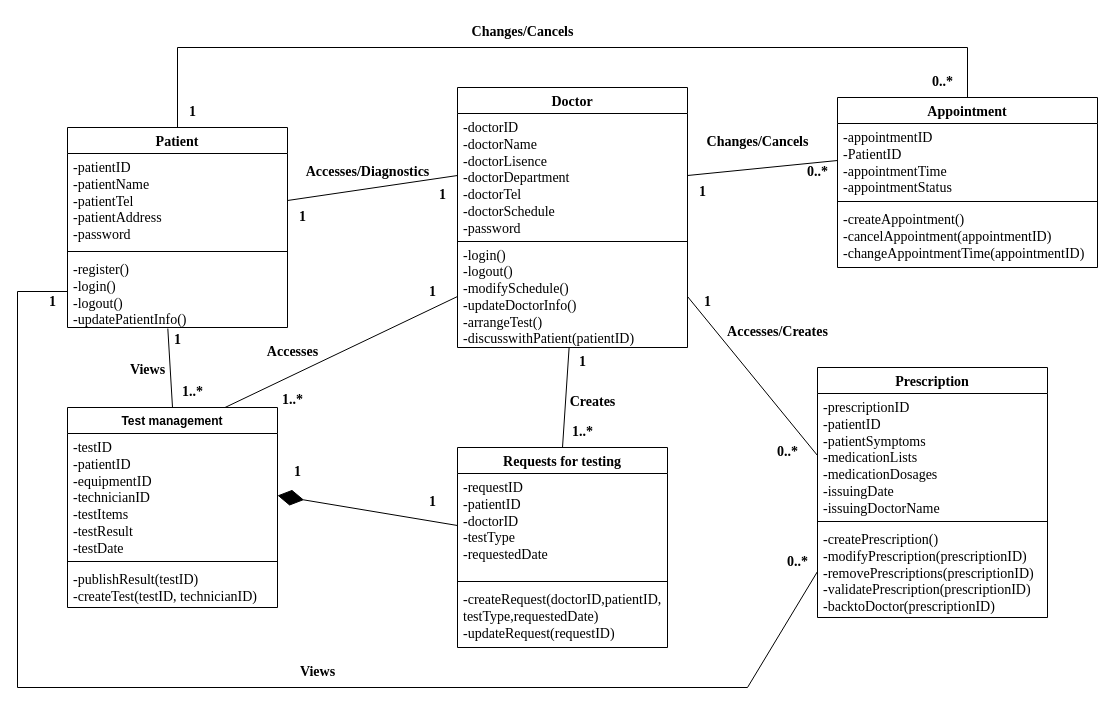
This is Class Diagram_Doctor.drawio from FOMOKN/Software-Engineering, a draw.io file, before an edit. Source tidied: cells renumbered, new cells numbered last; positions are measured from the earlier drawing's top-left corner, leaving out a move shared by most shapes. Both pictures are drawn from the tidied source at 100%, with x=0, y=0 at pixel (17, 17).
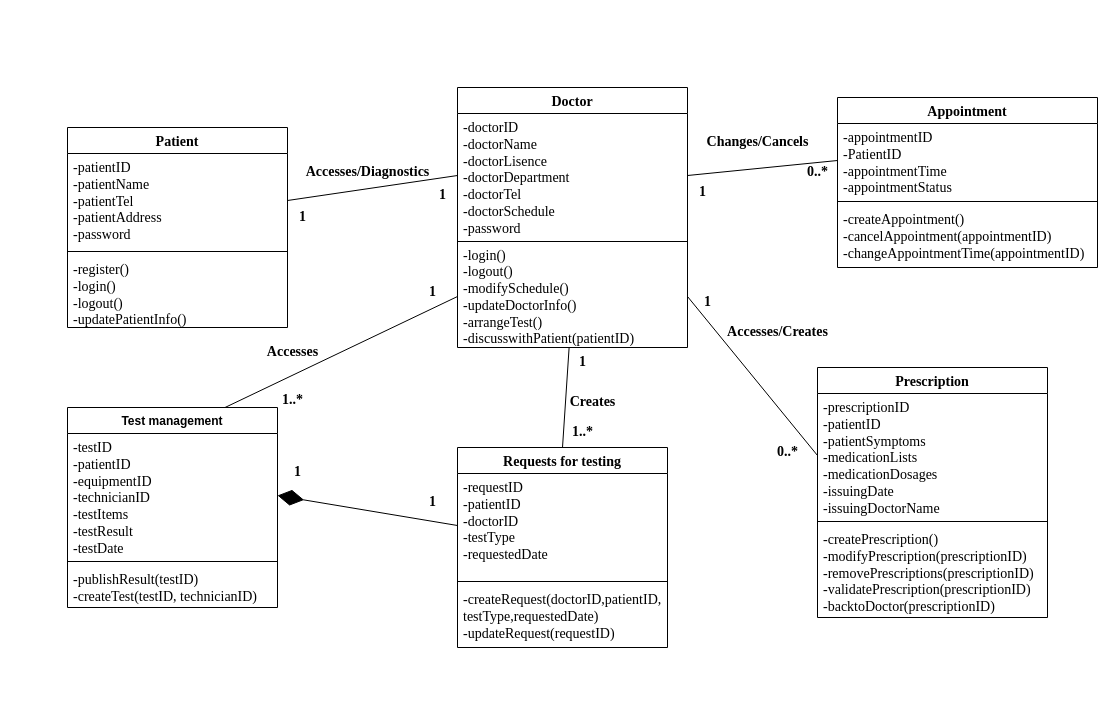
The same diagram, later.

The change refers to these unchanged cells:
```xml
<mxCell id="6" value="&lt;font face=&quot;Times New Roman&quot; style=&quot;font-size: 14px;&quot;&gt;Appointment&lt;/font&gt;" style="swimlane;fontStyle=1;align=center;verticalAlign=top;horizontal=1;startSize=26;whiteSpace=wrap;html=1;" parent="1" vertex="1">
  <mxGeometry x="820" y="80" width="260" height="170" as="geometry" />
</mxCell>
<mxCell id="13" value="-createPrescription()&lt;br style=&quot;border-color: var(--border-color);&quot;&gt;-modifyPrescription(prescriptionID)&lt;br style=&quot;border-color: var(--border-color);&quot;&gt;-removePrescriptions(prescriptionID)&lt;br style=&quot;border-color: var(--border-color);&quot;&gt;-validatePrescription(prescriptionID)&lt;br style=&quot;border-color: var(--border-color);&quot;&gt;-backtoDoctor(prescriptionID)" style="text;strokeColor=none;fillColor=none;align=left;verticalAlign=top;spacingLeft=4;spacingRight=4;overflow=hidden;points=[[0,0.5],[1,0.5]];portConstraint=eastwest;whiteSpace=wrap;html=1;fontFamily=Times New Roman;fontSize=14;" parent="10" vertex="1">
  <mxGeometry y="158" width="230" height="92" as="geometry" />
</mxCell>
<mxCell id="18" value="Patient" style="swimlane;fontStyle=1;align=center;verticalAlign=top;horizontal=1;startSize=26;whiteSpace=wrap;html=1;fontFamily=Times New Roman;fontSize=14;" parent="1" vertex="1">
  <mxGeometry x="50" y="110" width="220" height="200" as="geometry" />
</mxCell>
<mxCell id="21" value="-register()&lt;br&gt;-login()&lt;br style=&quot;border-color: var(--border-color); font-size: 14px;&quot;&gt;&lt;span style=&quot;font-size: 14px;&quot;&gt;-logout()&lt;br&gt;-updatePatientInfo()&lt;br&gt;&lt;/span&gt;" style="text;strokeColor=none;fillColor=none;align=left;verticalAlign=top;spacingLeft=4;spacingRight=4;overflow=hidden;points=[[0,0.5],[1,0.5]];portConstraint=eastwest;whiteSpace=wrap;html=1;fontSize=14;fontFamily=Times New Roman;" parent="18" vertex="1">
  <mxGeometry y="128" width="220" height="72" as="geometry" />
</mxCell>
<mxCell id="22" value="Test management" style="swimlane;fontStyle=1;align=center;verticalAlign=top;horizontal=1;startSize=26;whiteSpace=wrap;html=1;" parent="1" vertex="1">
  <mxGeometry x="50" y="390" width="210" height="200" as="geometry" />
</mxCell>
```

The edit, as a diff of the source:
```diff
@@
-    <mxCell id="40" value="Changes/Cancels" style="text;html=1;align=center;verticalAlign=middle;strokeColor=none;fillColor=none;fontFamily=Times New Roman;fontStyle=1;fontSize=14;" parent="1" vertex="1">
-      <mxGeometry x="440" width="130" height="30" as="geometry" />
-    </mxCell>
-    <mxCell id="41" style="endArrow=none;html=1;rounded=0;exitX=0.5;exitY=0;exitDx=0;exitDy=0;entryX=0.5;entryY=0;entryDx=0;entryDy=0;" parent="1" edge="1" source="18" target="6">
-      <mxGeometry relative="1" as="geometry">
-        <Array as="points">
-          <mxPoint x="160" y="30" />
-          <mxPoint x="950" y="30" />
-        </Array>
-      </mxGeometry>
-    </mxCell>
-    <mxCell id="42" value="1" style="text;html=1;align=center;verticalAlign=middle;strokeColor=none;fillColor=none;fontFamily=Times New Roman;fontStyle=1;fontSize=14;" parent="1" vertex="1">
-      <mxGeometry x="160" y="80" width="30" height="30" as="geometry" />
-    </mxCell>
-    <mxCell id="43" value="0..*" style="text;html=1;align=center;verticalAlign=middle;strokeColor=none;fillColor=none;fontFamily=Times New Roman;fontStyle=1;fontSize=14;" parent="1" vertex="1">
-      <mxGeometry x="905" y="50" width="40" height="30" as="geometry" />
-    </mxCell>
-    <mxCell id="44" style="endArrow=none;html=1;rounded=0;exitX=0.456;exitY=1.014;exitDx=0;exitDy=0;exitPerimeter=0;entryX=0.5;entryY=0;entryDx=0;entryDy=0;" parent="1" edge="1" source="21" target="22">
-      <mxGeometry relative="1" as="geometry" />
-    </mxCell>
-    <mxCell id="45" value="Views" style="text;html=1;align=center;verticalAlign=middle;strokeColor=none;fillColor=none;fontFamily=Times New Roman;fontStyle=1;fontSize=14;" parent="1" vertex="1">
-      <mxGeometry x="100" y="338" width="60" height="30" as="geometry" />
-    </mxCell>
-    <mxCell id="46" style="endArrow=none;html=1;rounded=0;entryX=0;entryY=0.5;entryDx=0;entryDy=0;exitX=0;exitY=0.5;exitDx=0;exitDy=0;" parent="1" edge="1" source="13" target="21">
-      <mxGeometry relative="1" as="geometry">
-        <Array as="points">
-          <mxPoint x="730" y="670" />
-          <mxPoint y="670" />
-          <mxPoint y="274" />
-        </Array>
-      </mxGeometry>
-    </mxCell>
-    <mxCell id="47" value="Views" style="text;html=1;align=center;verticalAlign=middle;strokeColor=none;fillColor=none;fontFamily=Times New Roman;fontStyle=1;fontSize=14;" parent="1" vertex="1">
-      <mxGeometry x="270" y="640" width="60" height="30" as="geometry" />
-    </mxCell>
-    <mxCell id="48" value="0..*" style="text;html=1;align=center;verticalAlign=middle;strokeColor=none;fillColor=none;fontFamily=Times New Roman;fontStyle=1;fontSize=14;" parent="1" vertex="1">
-      <mxGeometry x="760" y="530" width="40" height="30" as="geometry" />
-    </mxCell>
-    <mxCell id="49" value="1" style="text;html=1;align=center;verticalAlign=middle;strokeColor=none;fillColor=none;fontFamily=Times New Roman;fontStyle=1;fontSize=14;" parent="1" vertex="1">
-      <mxGeometry x="20" y="270" width="30" height="30" as="geometry" />
-    </mxCell>
-    <mxCell id="50" value="1" style="text;html=1;align=center;verticalAlign=middle;strokeColor=none;fillColor=none;fontFamily=Times New Roman;fontStyle=1;fontSize=14;" parent="1" vertex="1">
-      <mxGeometry x="145" y="308" width="30" height="30" as="geometry" />
-    </mxCell>
-    <mxCell id="51" value="1..*" style="text;html=1;align=center;verticalAlign=middle;strokeColor=none;fillColor=none;fontFamily=Times New Roman;fontStyle=1;fontSize=14;" parent="1" vertex="1">
-      <mxGeometry x="155" y="360" width="40" height="30" as="geometry" />
-    </mxCell>
```
